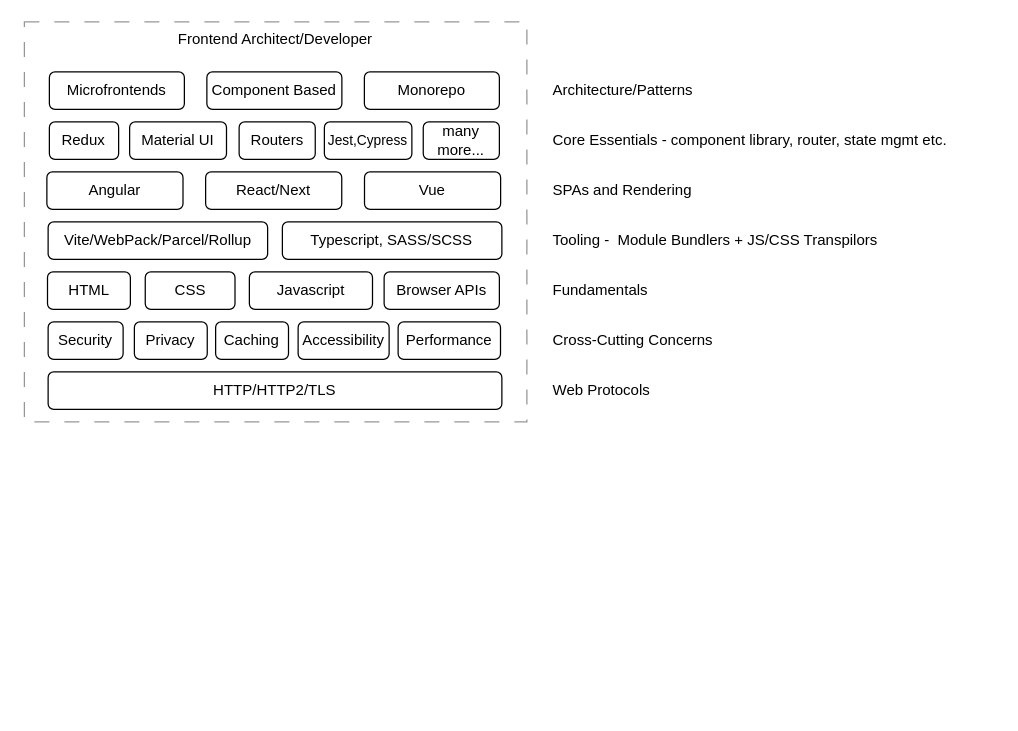
Earlier version of the draw.io diagram page "Page-1" (1 of 2) of developer.drawio (ajaynarang/diagrams). Source tidied: cells renumbered, new cells numbered last; positions are measured from the earlier drawing's top-left corner, leaving out a move shared by most shapes. Both pictures are drawn from the tidied source at 125%, with x=0, y=0 at pixel (24, 21).
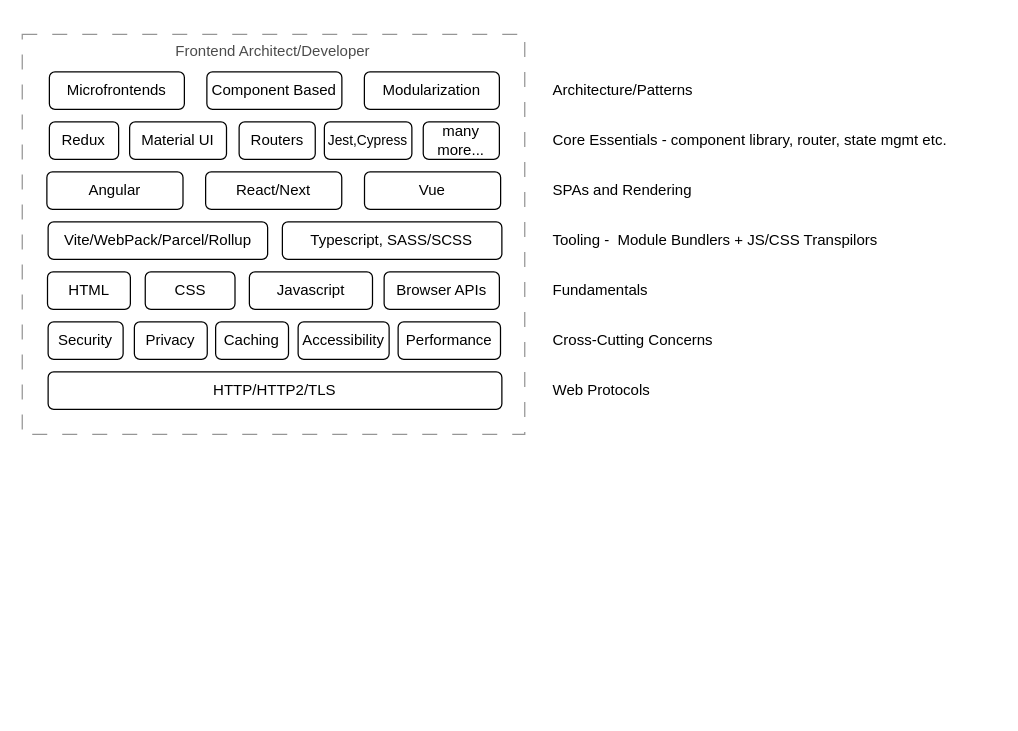
The same page after the edit.

The change refers to these unchanged cells:
```xml
<mxCell id="24" style="group;" parent="1" vertex="1">
  <mxGeometry x="20" y="40" width="360" height="30" as="geometry" />
</mxCell>
```

What changed in the source:
```diff
@@
     <mxCell id="2" style="group;" parent="1" vertex="1">
-      <mxGeometry x="18.5" y="200" width="361.5" height="30" as="geometry" />
+      <mxGeometry x="18.5" y="200" width="381.8" height="130" as="geometry" />
     </mxCell>
@@
+    <mxCell id="38" value="&lt;span&gt;Frontend Architect/Developer&lt;/span&gt;" style="rounded=0;whiteSpace=wrap;html=1;fillColor=none;dashed=1;dashPattern=12 12;horizontal=1;verticalAlign=top;strokeColor=#969696;textOpacity=70;" parent="2" vertex="1">
+      <mxGeometry x="-20.2" y="-190" width="402" height="320" as="geometry" />
+    </mxCell>
@@
-    <mxCell id="27" value="Monorepo" style="rounded=1;whiteSpace=wrap;html=1;" parent="24" vertex="1">
+    <mxCell id="27" value="Modularization" style="rounded=1;whiteSpace=wrap;html=1;" parent="24" vertex="1">
       <mxGeometry x="252" width="108" height="30" as="geometry" />
     </mxCell>
     <mxCell id="28" style="group;" parent="1" vertex="1">
-      <mxGeometry x="19" y="240" width="364" height="30" as="geometry" />
+      <mxGeometry x="19" y="240" width="383" height="310" as="geometry" />
     </mxCell>
@@
-    <mxCell id="38" value="&lt;span style=&quot;background-color: light-dark(#ffffff, var(--ge-dark-color, #121212));&quot;&gt;Frontend Architect/Developer&lt;/span&gt;" style="rounded=0;whiteSpace=wrap;html=1;fillColor=none;dashed=1;dashPattern=12 12;horizontal=1;verticalAlign=top;strokeColor=#969696;" parent="1" vertex="1">
-      <mxGeometry width="402" height="320" as="geometry" />
-    </mxCell>
```
